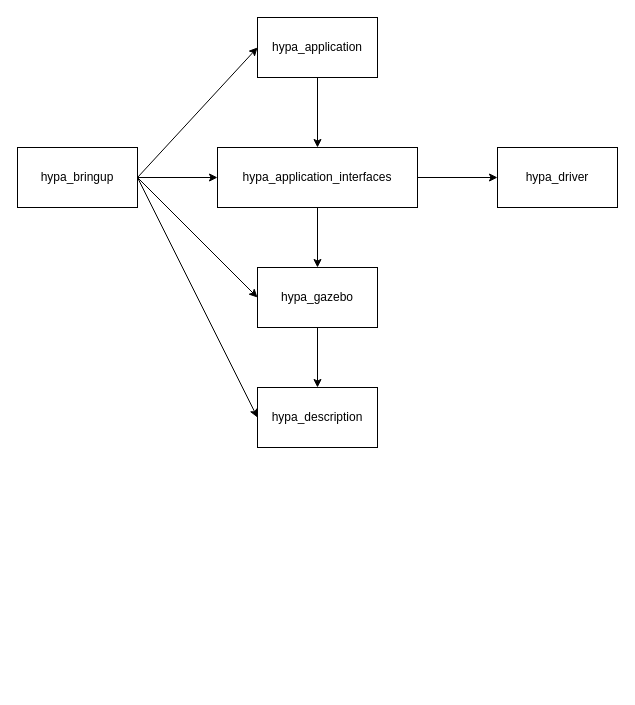
Before: src/hypa_bringup/docs/sys_arch.drawio in Xinyu-Sheng/hypa_ws, a draw.io diagram. Source tidied: cells renumbered, new cells numbered last; positions are measured from the earlier drawing's top-left corner, leaving out a move shared by most shapes. Both pictures are drawn from the tidied source at 100%, with x=0, y=0 at pixel (17, 17).
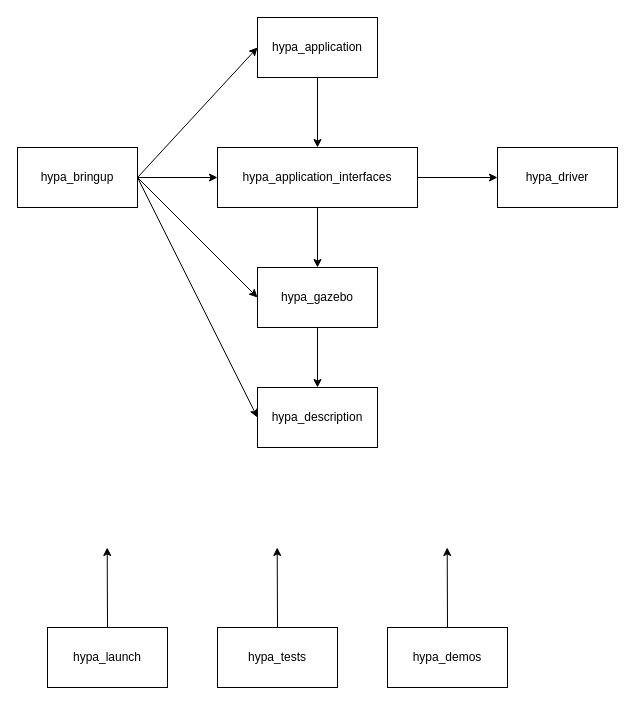
Above is the later version.

Change to the diagram source:
```diff
@@
+    <mxCell id="16" style="edgeStyle=none;html=1;exitX=0.5;exitY=0;exitDx=0;exitDy=0;" parent="1" edge="1" source="17">
+      <mxGeometry relative="1" as="geometry">
+        <mxPoint x="89.7" y="530" as="targetPoint" />
+      </mxGeometry>
+    </mxCell>
+    <mxCell id="17" value="hypa_launch" style="whiteSpace=wrap;html=1;" parent="1" vertex="1">
+      <mxGeometry x="30" y="610" width="120" height="60" as="geometry" />
+    </mxCell>
+    <mxCell id="18" style="edgeStyle=none;html=1;exitX=0.5;exitY=0;exitDx=0;exitDy=0;" parent="1" edge="1" source="19">
+      <mxGeometry relative="1" as="geometry">
+        <mxPoint x="259.7" y="530" as="targetPoint" />
+      </mxGeometry>
+    </mxCell>
+    <mxCell id="19" value="hypa_tests" style="whiteSpace=wrap;html=1;" parent="1" vertex="1">
+      <mxGeometry x="200" y="610" width="120" height="60" as="geometry" />
+    </mxCell>
+    <mxCell id="20" style="edgeStyle=none;html=1;exitX=0.5;exitY=0;exitDx=0;exitDy=0;" parent="1" edge="1" source="21">
+      <mxGeometry relative="1" as="geometry">
+        <mxPoint x="429.7" y="530" as="targetPoint" />
+      </mxGeometry>
+    </mxCell>
+    <mxCell id="21" value="hypa_demos" style="whiteSpace=wrap;html=1;" parent="1" vertex="1">
+      <mxGeometry x="370" y="610" width="120" height="60" as="geometry" />
+    </mxCell>
```
